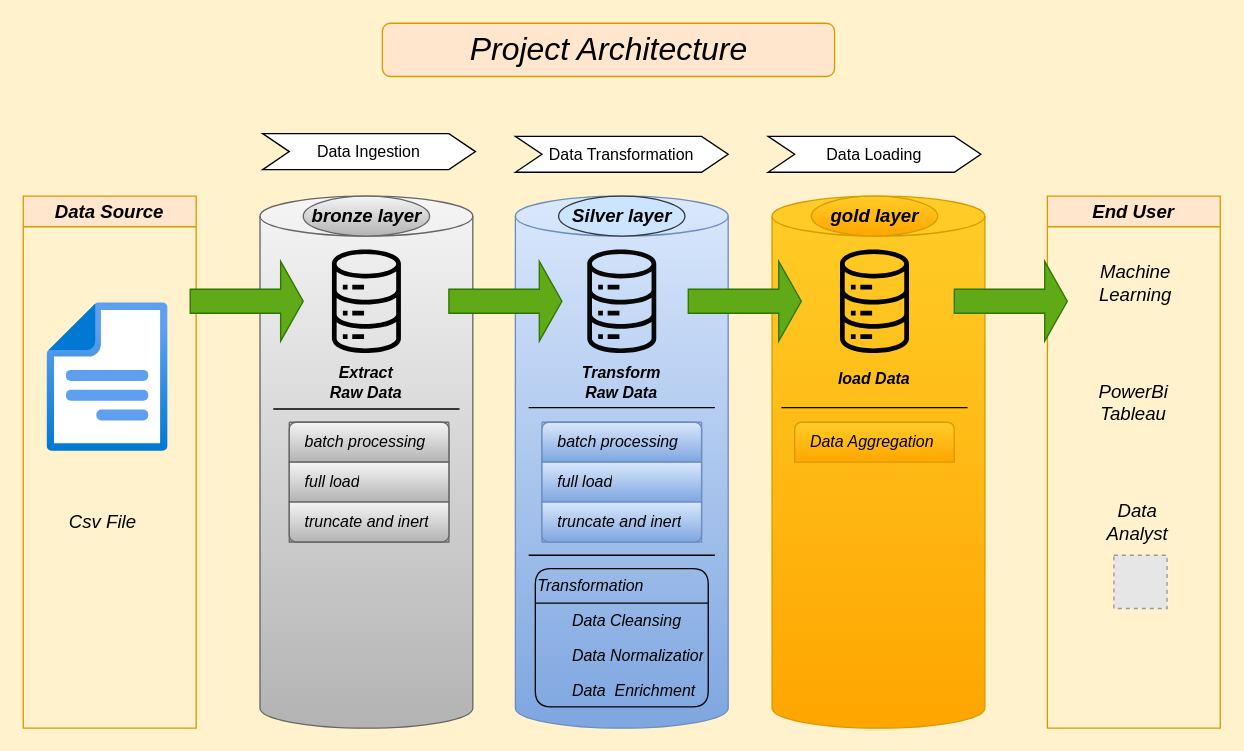
Above: docs/HousePrices.drawio in omars1234/SQL_DE_Project (draw.io), before the change. Source tidied: cells renumbered, new cells numbered last; positions are measured from the earlier drawing's top-left corner, leaving out a move shared by most shapes. Both pictures are drawn from the tidied source at 133%, with x=0, y=0 at pixel (23, 23). Pictures stored in the file or linked from it are replaced by grey dashed boxes.
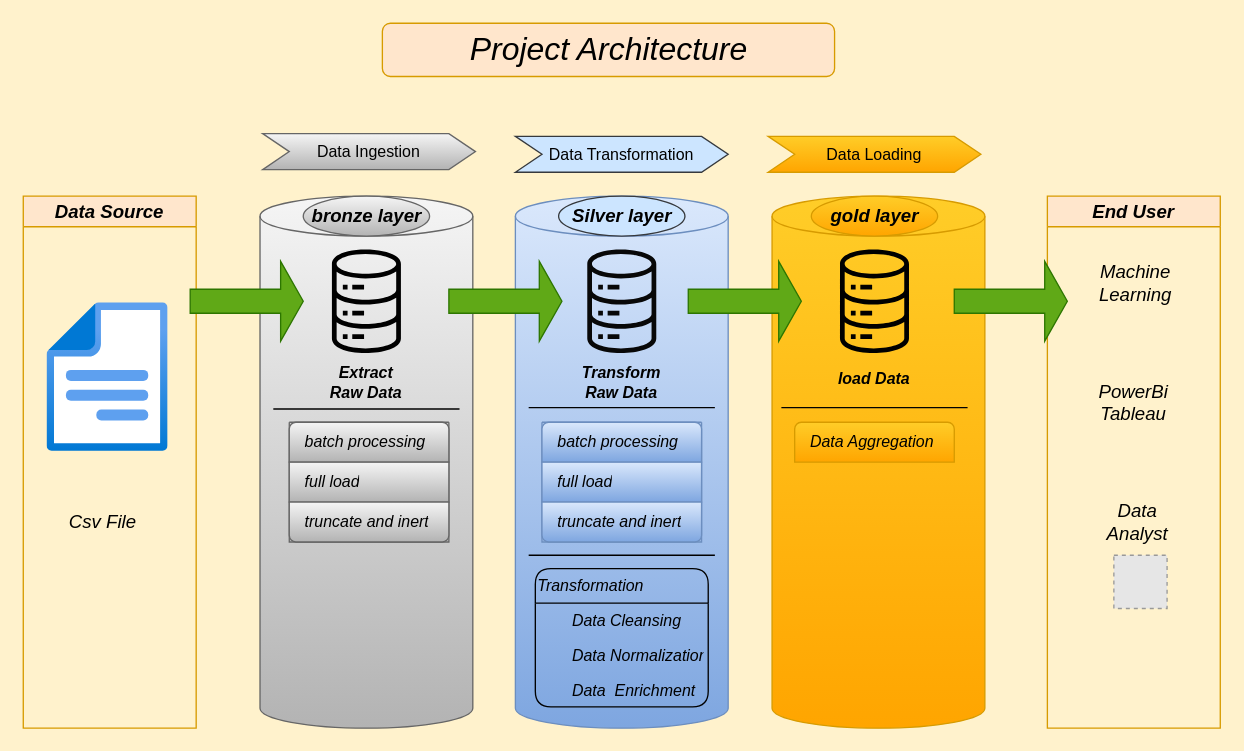
After the change.

The change refers to these unchanged cells:
```xml
<mxCell id="44" style="swimlane;horizontal=1;fillColor=none;strokeColor=none;stackBorder=10;align=center;whiteSpace=wrap;html=1;" parent="1" vertex="1">
  <mxGeometry x="170" y="50" width="180" height="70" as="geometry" />
</mxCell>
```

The edit, as a diff of the source:
```diff
@@
-    <mxCell id="45" value="Data Ingestion" style="shape=step;perimeter=stepPerimeter;fixedSize=1;whiteSpace=wrap;html=1;" parent="44" vertex="1">
+    <mxCell id="45" value="Data Ingestion" style="shape=step;perimeter=stepPerimeter;fixedSize=1;whiteSpace=wrap;html=1;fillColor=#f5f5f5;gradientColor=#b3b3b3;strokeColor=#666666;" parent="44" vertex="1">
       <mxGeometry x="10" y="33" width="160" height="27" as="geometry" />
     </mxCell>
-    <mxCell id="46" value="Data Loading" style="shape=step;perimeter=stepPerimeter;fixedSize=1;whiteSpace=wrap;html=1;" parent="1" vertex="1">
+    <mxCell id="46" value="Data Loading" style="shape=step;perimeter=stepPerimeter;fixedSize=1;whiteSpace=wrap;html=1;fillColor=#ffcd28;gradientColor=#ffa500;strokeColor=#d79b00;" parent="1" vertex="1">
       <mxGeometry x="560" y="85" width="160" height="27" as="geometry" />
     </mxCell>
-    <mxCell id="47" value="Data Transformation" style="shape=step;perimeter=stepPerimeter;fixedSize=1;whiteSpace=wrap;html=1;" parent="1" vertex="1">
+    <mxCell id="47" value="Data Transformation" style="shape=step;perimeter=stepPerimeter;fixedSize=1;whiteSpace=wrap;html=1;fillColor=#cce5ff;strokeColor=#36393d;" parent="1" vertex="1">
       <mxGeometry x="370" y="85" width="160" height="27" as="geometry" />
     </mxCell>
```
